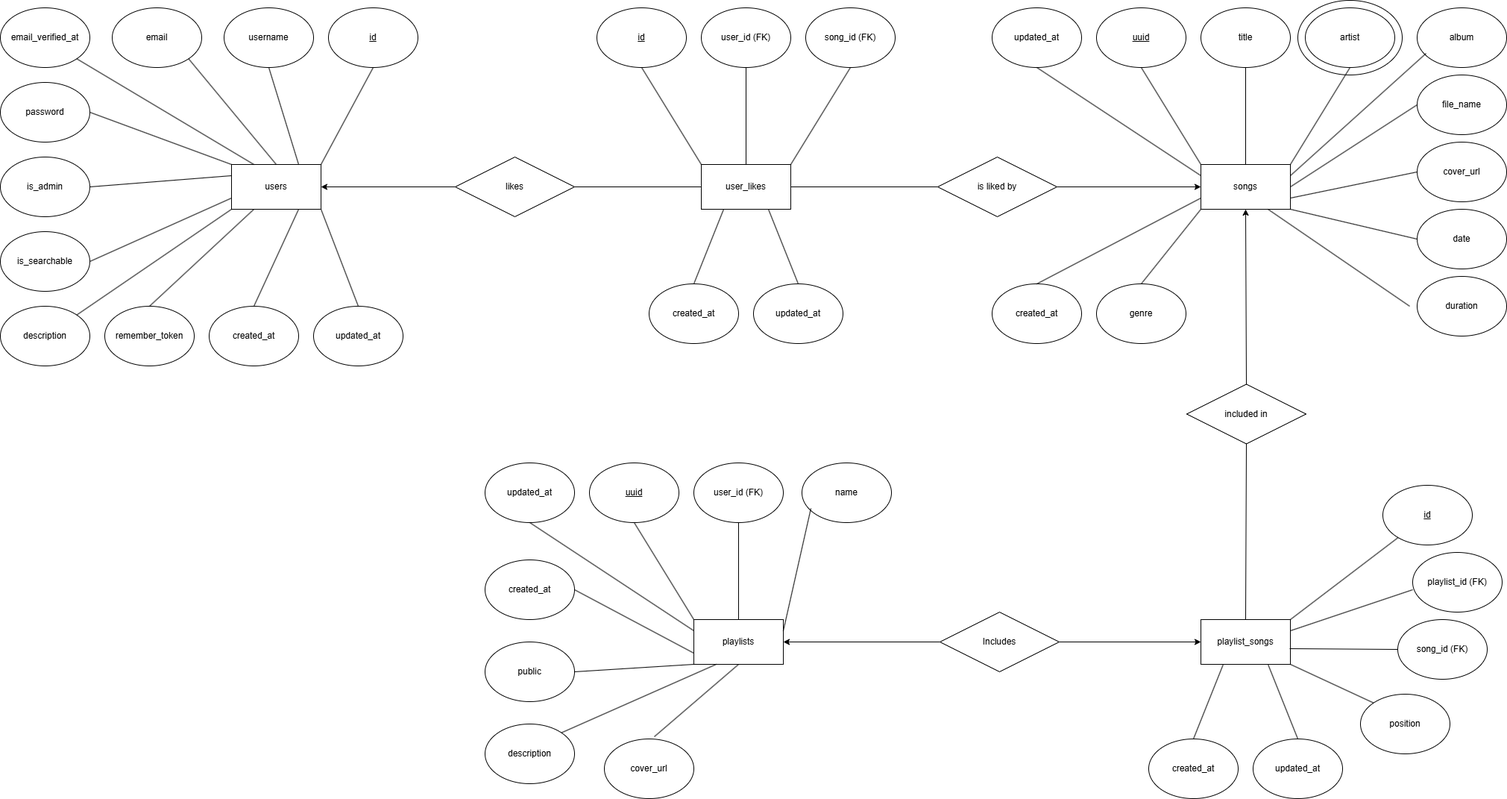
Hubblika/MyTunes keeps this draw.io diagram as documentation/ERmodel/mytunes_db.png. Above is the earlier version. Source tidied: cells renumbered, new cells last; positions are measured from the earlier drawing's top-left corner, leaving out a move shared by most shapes.
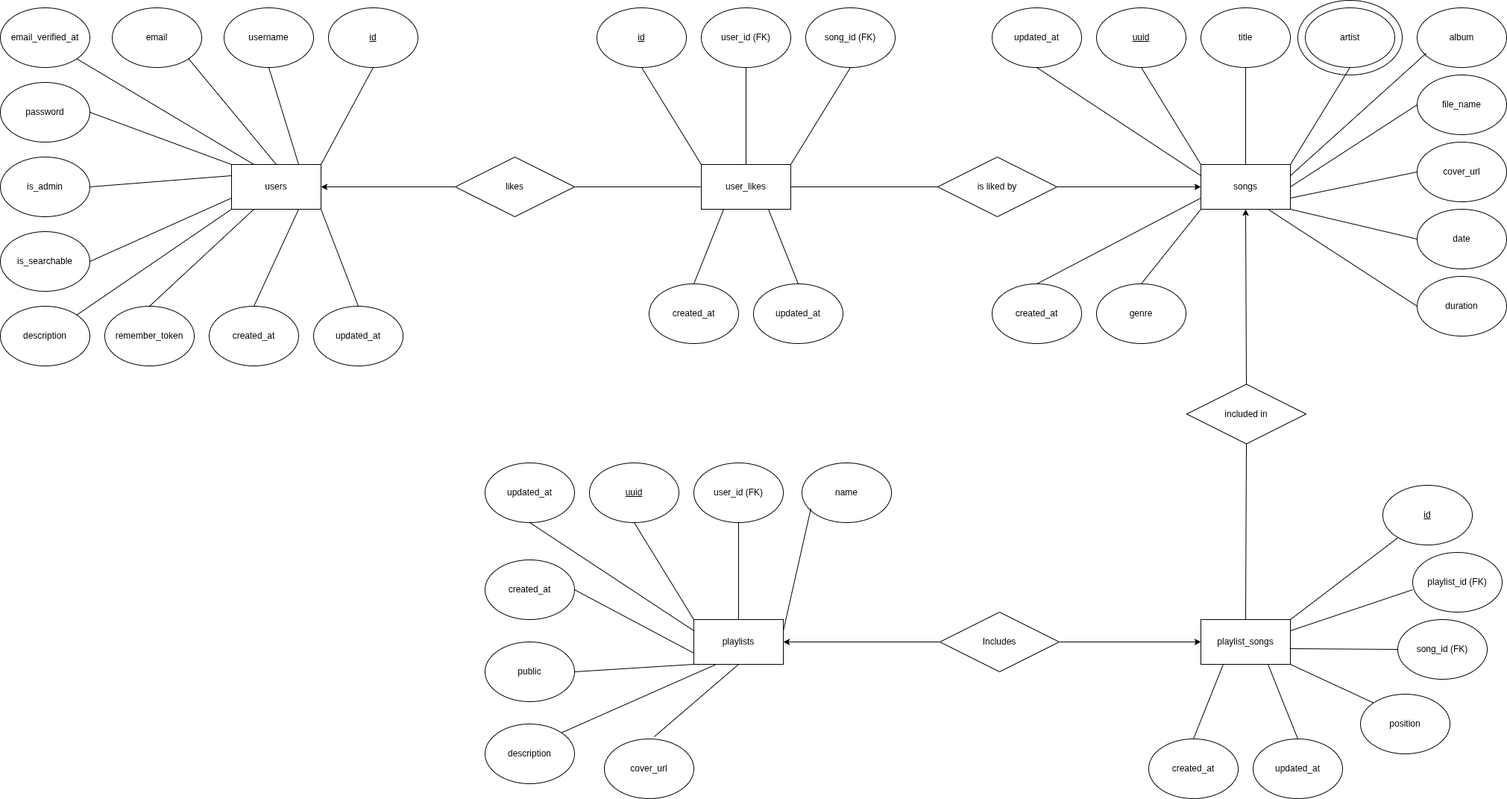
Later version of the same file.

The edit, as a diff of the source:
```diff
@@ -187,10 +187,8 @@
     <mxCell id="62" style="endArrow=none;html=1;rounded=0;exitX=1;exitY=1;exitDx=0;exitDy=0;entryX=0;entryY=0.5;entryDx=0;entryDy=0;" parent="1" edge="1" source="41" target="51">
       <mxGeometry relative="1" as="geometry" />
     </mxCell>
-    <mxCell id="63" style="endArrow=none;html=1;rounded=0;exitX=0.75;exitY=1;exitDx=0;exitDy=0;" parent="1" edge="1" source="41">
-      <mxGeometry relative="1" as="geometry">
-        <mxPoint x="1890" y="410" as="targetPoint" />
-      </mxGeometry>
+    <mxCell id="63" style="endArrow=none;html=1;rounded=0;exitX=0.75;exitY=1;exitDx=0;exitDy=0;entryX=0;entryY=0.5;entryDx=0;entryDy=0;" parent="1" edge="1" source="41" target="52">
+      <mxGeometry relative="1" as="geometry" />
     </mxCell>
     <mxCell id="64" style="endArrow=none;html=1;rounded=0;exitX=0.5;exitY=0;exitDx=0;exitDy=0;entryX=0;entryY=1;entryDx=0;entryDy=0;" parent="1" edge="1" source="53" target="41">
       <mxGeometry relative="1" as="geometry" />
```
